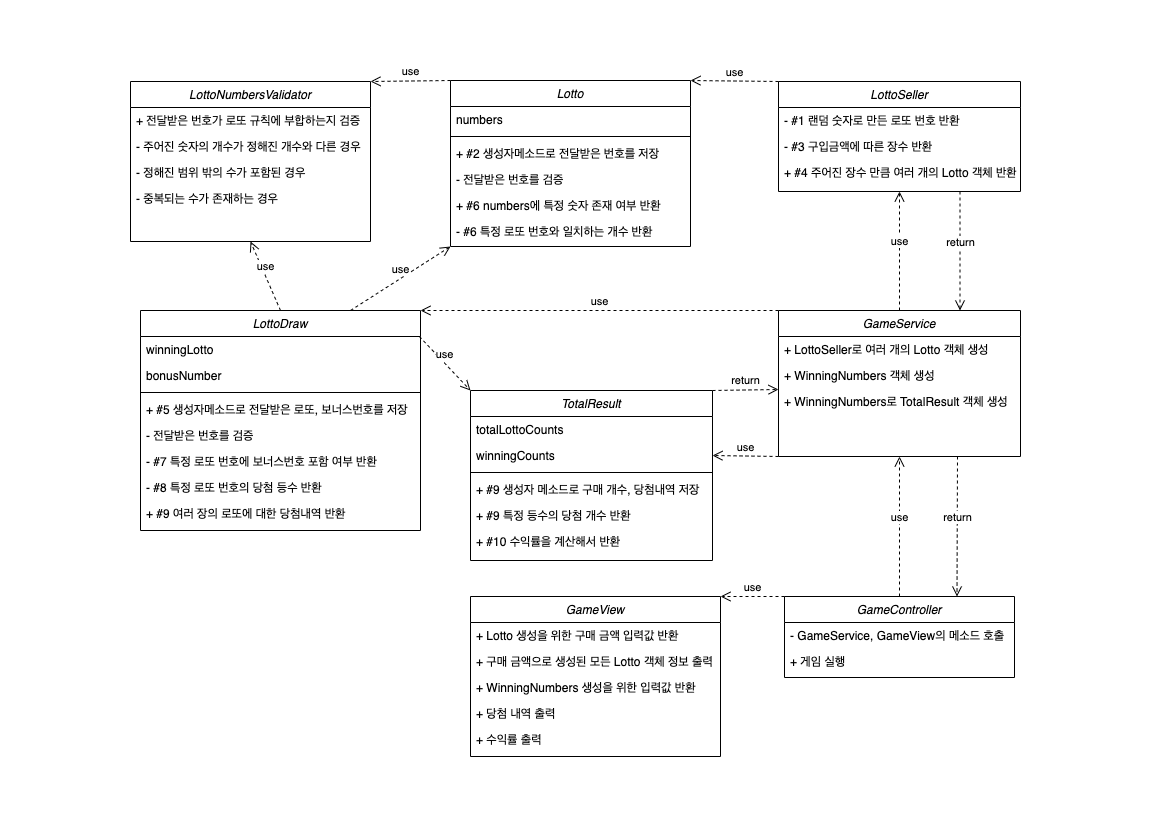
yoondgu/java-lotto keeps this draw.io diagram as docs/class-diagram.drawio.png. Above is the earlier version. Source tidied: cells renumbered, new cells last; positions are measured from the earlier drawing's top-left corner, leaving out a move shared by most shapes.
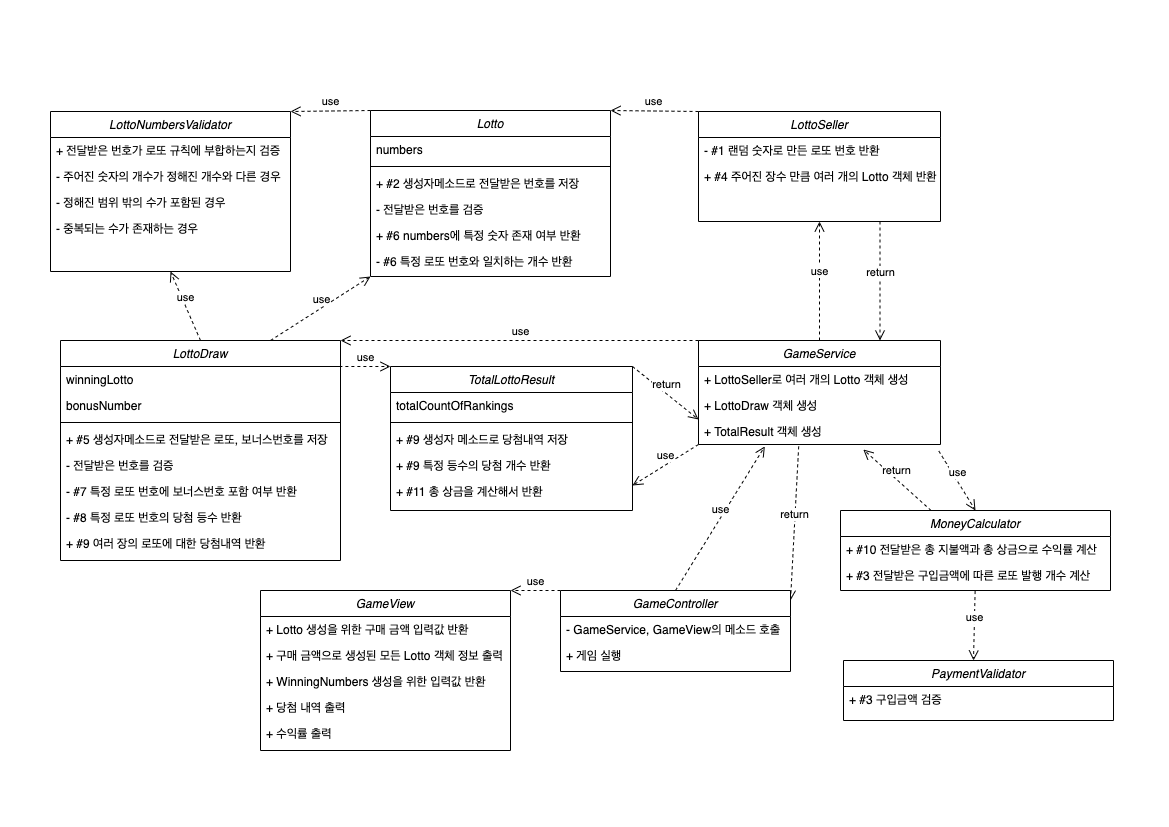
After the commit.

Change to the diagram source:
```diff
@@ -29,11 +29,8 @@
     <mxCell id="10" value="- #1 랜덤 숫자로 만든 로또 번호 반환&#10;" style="text;align=left;verticalAlign=top;spacingLeft=4;spacingRight=4;overflow=hidden;" parent="9" vertex="1">
       <mxGeometry y="26" width="242" height="26" as="geometry" />
     </mxCell>
-    <mxCell id="11" value="- #3 구입금액에 따른 장수 반환&#10;" style="text;align=left;verticalAlign=top;spacingLeft=4;spacingRight=4;overflow=hidden;" parent="9" vertex="1">
-      <mxGeometry y="52" width="242" height="26" as="geometry" />
-    </mxCell>
     <mxCell id="12" value="+ #4 주어진 장수 만큼 여러 개의 Lotto 객체 반환&#10;" style="text;align=left;verticalAlign=top;spacingLeft=4;spacingRight=4;overflow=hidden;rounded=0;shadow=0;html=0;" parent="9" vertex="1">
-      <mxGeometry y="78" width="242" height="26" as="geometry" />
+      <mxGeometry y="52" width="242" height="26" as="geometry" />
     </mxCell>
     <mxCell id="13" value="LottoDraw" style="swimlane;fontStyle=2;align=center;verticalAlign=top;horizontal=1;startSize=26;rounded=0;shadow=0;strokeWidth=1;" parent="1" vertex="1">
       <mxGeometry x="10" y="230" width="280" height="220" as="geometry" />
@@ -90,19 +87,19 @@
       <mxGeometry relative="1" as="geometry" />
     </mxCell>
     <mxCell id="31" value="GameService" style="swimlane;fontStyle=2;align=center;verticalAlign=top;horizontal=1;startSize=26;rounded=0;shadow=0;strokeWidth=1;" parent="1" vertex="1">
-      <mxGeometry x="648" y="230" width="242" height="146" as="geometry" />
+      <mxGeometry x="648" y="230" width="242" height="104" as="geometry" />
     </mxCell>
     <mxCell id="32" value="+ LottoSeller로 여러 개의 Lotto 객체 생성" style="text;align=left;verticalAlign=top;spacingLeft=4;spacingRight=4;overflow=hidden;" parent="31" vertex="1">
       <mxGeometry y="26" width="242" height="26" as="geometry" />
     </mxCell>
-    <mxCell id="33" value="+ WinningNumbers 객체 생성" style="text;align=left;verticalAlign=top;spacingLeft=4;spacingRight=4;overflow=hidden;" parent="31" vertex="1">
+    <mxCell id="33" value="+ LottoDraw 객체 생성" style="text;align=left;verticalAlign=top;spacingLeft=4;spacingRight=4;overflow=hidden;" parent="31" vertex="1">
       <mxGeometry y="52" width="242" height="26" as="geometry" />
     </mxCell>
-    <mxCell id="34" value="+ WinningNumbers로 TotalResult 객체 생성" style="text;align=left;verticalAlign=top;spacingLeft=4;spacingRight=4;overflow=hidden;points=[[0,0.5],[1,0.5]];portConstraint=eastwest;rounded=0;shadow=0;html=0;" parent="31" vertex="1">
+    <mxCell id="34" value="+ TotalResult 객체 생성" style="text;align=left;verticalAlign=top;spacingLeft=4;spacingRight=4;overflow=hidden;points=[[0,0.5],[1,0.5]];portConstraint=eastwest;rounded=0;shadow=0;html=0;" parent="31" vertex="1">
       <mxGeometry y="78" width="242" height="26" as="geometry" />
     </mxCell>
     <mxCell id="35" value="GameView" style="swimlane;fontStyle=2;align=center;verticalAlign=top;horizontal=1;startSize=26;rounded=0;shadow=0;strokeWidth=1;" parent="1" vertex="1">
-      <mxGeometry x="340" y="516" width="250" height="160" as="geometry" />
+      <mxGeometry x="210" y="480" width="250" height="160" as="geometry" />
     </mxCell>
     <mxCell id="36" value="+ Lotto 생성을 위한 구매 금액 입력값 반환" style="text;align=left;verticalAlign=top;spacingLeft=4;spacingRight=4;overflow=hidden;" parent="35" vertex="1">
       <mxGeometry y="26" width="250" height="26" as="geometry" />
@@ -125,49 +122,37 @@
     <mxCell id="42" value="use" style="html=1;verticalAlign=bottom;endArrow=open;dashed=1;endSize=8;rounded=0;exitX=0;exitY=0;exitDx=0;exitDy=0;entryX=1;entryY=0;entryDx=0;entryDy=0;" parent="1" edge="1" source="31" target="13">
       <mxGeometry relative="1" as="geometry" />
     </mxCell>
-    <mxCell id="43" value="GameController" style="swimlane;fontStyle=2;align=center;verticalAlign=top;horizontal=1;startSize=26;rounded=0;shadow=0;strokeWidth=1;" parent="1" vertex="1">
-      <mxGeometry x="654" y="516" width="230" height="81" as="geometry" />
-    </mxCell>
-    <mxCell id="44" value="- GameService, GameView의 메소드 호출" style="text;align=left;verticalAlign=top;spacingLeft=4;spacingRight=4;overflow=hidden;" parent="43" vertex="1">
-      <mxGeometry y="26" width="230" height="26" as="geometry" />
-    </mxCell>
-    <mxCell id="45" value="+ 게임 실행" style="text;align=left;verticalAlign=top;spacingLeft=4;spacingRight=4;overflow=hidden;" parent="43" vertex="1">
-      <mxGeometry y="52" width="230" height="26" as="geometry" />
-    </mxCell>
-    <mxCell id="46" value="use" style="html=1;verticalAlign=bottom;endArrow=open;dashed=1;endSize=8;rounded=0;exitX=0.5;exitY=0;exitDx=0;exitDy=0;entryX=0.5;entryY=1;entryDx=0;entryDy=0;" parent="1" edge="1" source="43" target="31">
+    <mxCell id="46" value="use" style="html=1;verticalAlign=bottom;endArrow=open;dashed=1;endSize=8;rounded=0;entryX=0.274;entryY=1.074;entryDx=0;entryDy=0;entryPerimeter=0;startArrow=none;exitX=0.5;exitY=0;exitDx=0;exitDy=0;" parent="1" edge="1" source="43" target="34">
       <mxGeometry relative="1" as="geometry" />
     </mxCell>
-    <mxCell id="47" value="use" style="html=1;verticalAlign=bottom;endArrow=open;dashed=1;endSize=8;rounded=0;exitX=0;exitY=0;exitDx=0;exitDy=0;entryX=1;entryY=0;entryDx=0;entryDy=0;" parent="1" edge="1" source="43" target="35">
+    <mxCell id="47" value="use" style="html=1;verticalAlign=bottom;endArrow=open;dashed=1;endSize=8;rounded=0;entryX=1;entryY=0;entryDx=0;entryDy=0;exitX=0;exitY=0;exitDx=0;exitDy=0;" parent="1" edge="1" source="43" target="35">
       <mxGeometry relative="1" as="geometry" />
     </mxCell>
     <mxCell id="48" value="return" style="html=1;verticalAlign=bottom;endArrow=open;dashed=1;endSize=8;rounded=0;entryX=0.75;entryY=0;entryDx=0;entryDy=0;exitX=0.75;exitY=1;exitDx=0;exitDy=0;" parent="1" edge="1" source="9" target="31">
       <mxGeometry relative="1" as="geometry" />
     </mxCell>
-    <mxCell id="49" value="return" style="html=1;verticalAlign=bottom;endArrow=open;dashed=1;endSize=8;rounded=0;entryX=0.75;entryY=0;entryDx=0;entryDy=0;" parent="1" edge="1" target="43">
+    <mxCell id="49" value="return" style="html=1;verticalAlign=bottom;endArrow=open;dashed=1;endSize=8;rounded=0;exitX=0.414;exitY=1.074;exitDx=0;exitDy=0;exitPerimeter=0;" parent="1" edge="1" source="34">
       <mxGeometry relative="1" as="geometry">
-        <mxPoint x="827" y="376" as="sourcePoint" />
+        <mxPoint x="740" y="490" as="targetPoint" />
       </mxGeometry>
     </mxCell>
-    <mxCell id="50" value="TotalResult" style="swimlane;fontStyle=2;align=center;verticalAlign=top;horizontal=1;startSize=26;rounded=0;shadow=0;strokeWidth=1;" parent="1" vertex="1">
-      <mxGeometry x="340" y="310" width="242" height="170" as="geometry" />
+    <mxCell id="50" value="TotalLottoResult" style="swimlane;fontStyle=2;align=center;verticalAlign=top;horizontal=1;startSize=26;rounded=0;shadow=0;strokeWidth=1;" parent="1" vertex="1">
+      <mxGeometry x="340" y="256" width="242" height="144" as="geometry" />
     </mxCell>
-    <mxCell id="51" value="totalLottoCounts" style="text;align=left;verticalAlign=top;spacingLeft=4;spacingRight=4;overflow=hidden;" parent="50" vertex="1">
+    <mxCell id="51" value="totalCountOfRankings&#10;" style="text;align=left;verticalAlign=top;spacingLeft=4;spacingRight=4;overflow=hidden;" parent="50" vertex="1">
       <mxGeometry y="26" width="242" height="26" as="geometry" />
     </mxCell>
-    <mxCell id="52" value="winningCounts" style="text;align=left;verticalAlign=top;spacingLeft=4;spacingRight=4;overflow=hidden;points=[[0,0.5],[1,0.5]];portConstraint=eastwest;" parent="50" vertex="1">
-      <mxGeometry y="52" width="242" height="26" as="geometry" />
-    </mxCell>
     <mxCell id="53" style="line;html=1;strokeWidth=1;align=left;verticalAlign=middle;spacingTop=-1;spacingLeft=3;spacingRight=3;labelPosition=right;" parent="50" vertex="1">
-      <mxGeometry y="78" width="242" height="8" as="geometry" />
+      <mxGeometry y="52" width="242" height="8" as="geometry" />
     </mxCell>
-    <mxCell id="54" value="+ #9 생성자 메소드로 구매 개수, 당첨내역 저장" style="text;align=left;verticalAlign=top;spacingLeft=4;spacingRight=4;overflow=hidden;" parent="50" vertex="1">
-      <mxGeometry y="86" width="242" height="26" as="geometry" />
+    <mxCell id="54" value="+ #9 생성자 메소드로 당첨내역 저장" style="text;align=left;verticalAlign=top;spacingLeft=4;spacingRight=4;overflow=hidden;" parent="50" vertex="1">
+      <mxGeometry y="60" width="242" height="26" as="geometry" />
     </mxCell>
     <mxCell id="55" value="+ #9 특정 등수의 당첨 개수 반환" style="text;align=left;verticalAlign=top;spacingLeft=4;spacingRight=4;overflow=hidden;" parent="50" vertex="1">
-      <mxGeometry y="112" width="242" height="26" as="geometry" />
+      <mxGeometry y="86" width="242" height="26" as="geometry" />
     </mxCell>
-    <mxCell id="56" value="+ #10 수익률을 계산해서 반환" style="text;align=left;verticalAlign=top;spacingLeft=4;spacingRight=4;overflow=hidden;" parent="50" vertex="1">
-      <mxGeometry y="138" width="242" height="26" as="geometry" />
+    <mxCell id="56" value="+ #11 총 상금을 계산해서 반환" style="text;align=left;verticalAlign=top;spacingLeft=4;spacingRight=4;overflow=hidden;" parent="50" vertex="1">
+      <mxGeometry y="112" width="242" height="26" as="geometry" />
     </mxCell>
     <mxCell id="57" value="use" style="html=1;verticalAlign=bottom;endArrow=open;dashed=1;endSize=8;rounded=0;exitX=0.996;exitY=0;exitDx=0;exitDy=0;exitPerimeter=0;entryX=0;entryY=0;entryDx=0;entryDy=0;" parent="1" edge="1" source="14" target="50">
       <mxGeometry relative="1" as="geometry" />
@@ -175,8 +160,48 @@
     <mxCell id="58" value="return" style="html=1;verticalAlign=bottom;endArrow=open;dashed=1;endSize=8;rounded=0;exitX=1;exitY=0;exitDx=0;exitDy=0;entryX=0;entryY=0.038;entryDx=0;entryDy=0;entryPerimeter=0;" parent="1" edge="1" source="50" target="34">
       <mxGeometry relative="1" as="geometry" />
     </mxCell>
-    <mxCell id="59" value="use" style="html=1;verticalAlign=bottom;endArrow=open;dashed=1;endSize=8;rounded=0;exitX=0;exitY=1;exitDx=0;exitDy=0;entryX=1;entryY=0.5;entryDx=0;entryDy=0;" parent="1" edge="1" source="31" target="52">
-      <mxGeometry relative="1" as="geometry" />
+    <mxCell id="59" value="use" style="html=1;verticalAlign=bottom;endArrow=open;dashed=1;endSize=8;rounded=0;exitX=0;exitY=1;exitDx=0;exitDy=0;entryX=1;entryY=0.5;entryDx=0;entryDy=0;" parent="1" edge="1" source="31">
+      <mxGeometry relative="1" as="geometry">
+        <mxPoint x="582" y="375" as="targetPoint" />
+      </mxGeometry>
     </mxCell>
+    <mxCell id="60" value="MoneyCalculator" style="swimlane;fontStyle=2;align=center;verticalAlign=top;horizontal=1;startSize=26;rounded=0;shadow=0;strokeWidth=1;" parent="1" vertex="1">
+      <mxGeometry x="790" y="400" width="270" height="80" as="geometry" />
+    </mxCell>
+    <mxCell id="61" value="+ #10 전달받은 총 지불액과 총 상금으로 수익률 계산" style="text;align=left;verticalAlign=top;spacingLeft=4;spacingRight=4;overflow=hidden;" parent="60" vertex="1">
+      <mxGeometry y="26" width="270" height="26" as="geometry" />
+    </mxCell>
+    <mxCell id="62" value="+ #3 전달받은 구입금액에 따른 로또 발행 개수 계산" style="text;align=left;verticalAlign=top;spacingLeft=4;spacingRight=4;overflow=hidden;" parent="60" vertex="1">
+      <mxGeometry y="52" width="270" height="26" as="geometry" />
+    </mxCell>
+    <mxCell id="63" value="PaymentValidator" style="swimlane;fontStyle=2;align=center;verticalAlign=top;horizontal=1;startSize=26;rounded=0;shadow=0;strokeWidth=1;" parent="1" vertex="1">
+      <mxGeometry x="793" y="550" width="270" height="60" as="geometry" />
+    </mxCell>
+    <mxCell id="64" value="+ #3 구입금액 검증" style="text;align=left;verticalAlign=top;spacingLeft=4;spacingRight=4;overflow=hidden;" parent="63" vertex="1">
+      <mxGeometry y="26" width="270" height="26" as="geometry" />
+    </mxCell>
+    <mxCell id="65" value="use" style="html=1;verticalAlign=bottom;endArrow=open;dashed=1;endSize=8;rounded=0;exitX=0.993;exitY=1.251;exitDx=0;exitDy=0;exitPerimeter=0;" parent="1" edge="1" source="34">
+      <mxGeometry relative="1" as="geometry">
+        <mxPoint x="925" y="400" as="targetPoint" />
+      </mxGeometry>
+    </mxCell>
+    <mxCell id="66" value="use" style="html=1;verticalAlign=bottom;endArrow=open;dashed=1;endSize=8;rounded=0;entryX=0.5;entryY=0;entryDx=0;entryDy=0;exitX=0.506;exitY=1.098;exitDx=0;exitDy=0;exitPerimeter=0;" parent="1" edge="1">
+      <mxGeometry relative="1" as="geometry">
+        <mxPoint x="924.6" y="480.5" as="sourcePoint" />
+        <mxPoint x="923" y="550" as="targetPoint" />
+      </mxGeometry>
+    </mxCell>
+    <mxCell id="43" value="GameController" style="swimlane;fontStyle=2;align=center;verticalAlign=top;horizontal=1;startSize=26;rounded=0;shadow=0;strokeWidth=1;" parent="1" vertex="1">
+      <mxGeometry x="510" y="480" width="230" height="81" as="geometry" />
+    </mxCell>
+    <mxCell id="44" value="- GameService, GameView의 메소드 호출" style="text;align=left;verticalAlign=top;spacingLeft=4;spacingRight=4;overflow=hidden;" parent="43" vertex="1">
+      <mxGeometry y="26" width="230" height="26" as="geometry" />
+    </mxCell>
+    <mxCell id="45" value="+ 게임 실행" style="text;align=left;verticalAlign=top;spacingLeft=4;spacingRight=4;overflow=hidden;" parent="43" vertex="1">
+      <mxGeometry y="52" width="230" height="26" as="geometry" />
+    </mxCell>
+    <mxCell id="67" value="return" style="html=1;verticalAlign=bottom;endArrow=open;dashed=1;endSize=8;rounded=0;entryX=0.681;entryY=1.192;entryDx=0;entryDy=0;entryPerimeter=0;" parent="1" edge="1" source="60" target="34">
+      <mxGeometry relative="1" as="geometry" />
+    </mxCell>
   </root>
 </mxGraphModel>
```
